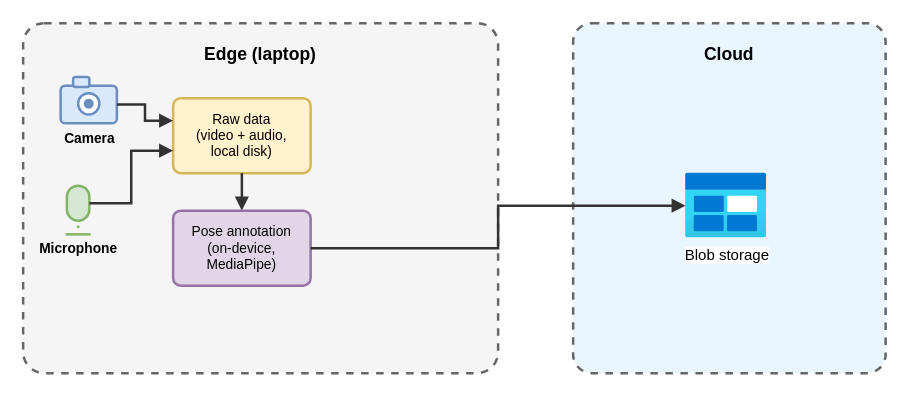
Earlier version of the draw.io diagram docs/architecture.drawio (timole/shot-improvement). Source tidied: cells renumbered, new cells numbered last; positions are measured from the earlier drawing's top-left corner, leaving out a move shared by most shapes. Both pictures are drawn from the tidied source at 125%, with x=0, y=0 at pixel (22, 22).
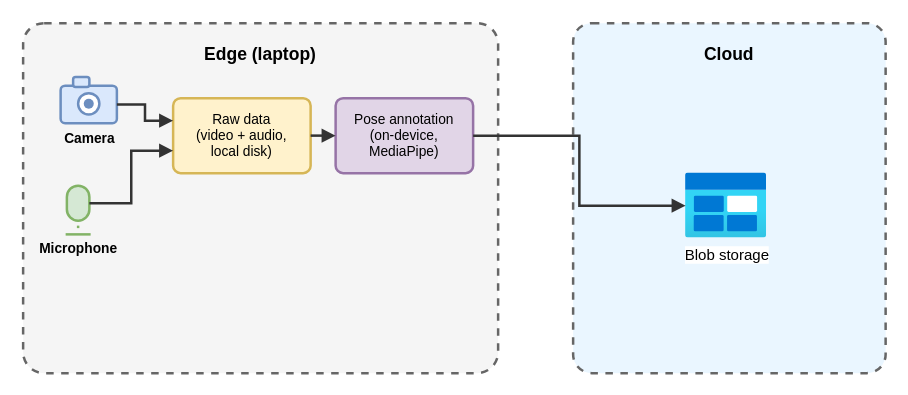
The same page after the edit.

Commit message (it also covers changes not shown here):
Architecture diagram: lay out raw data -> pose annotation horizontally

Pose annotation moves to sit beside Raw data (same row, top-aligned)
instead of below it, so the whole flow reads strictly left to right;
Raw data's own position is unchanged.

Claude-Session: https://claude.ai/code/session_017hfGxMnU1swBr4svZsnXk8

Change to the diagram source:
```diff
@@
 <mxGraphModel>
   <root>
     <mxCell id="0" />
     <mxCell id="1" parent="0" />
     <mxCell id="2" value="Edge (laptop)" style="rounded=1;arcSize=6;whiteSpace=wrap;html=1;fillColor=#f5f5f5;strokeColor=#666666;strokeWidth=2;verticalAlign=top;align=center;fontSize=14;fontStyle=1;spacingTop=10;dashed=1;" parent="1" vertex="1">
       <mxGeometry width="380" height="280" as="geometry" />
     </mxCell>
     <mxCell id="3" style="rounded=1;arcSize=12;whiteSpace=wrap;html=1;fillColor=#dae8fc;strokeColor=#6c8ebf;strokeWidth=2;" parent="1" vertex="1">
       <mxGeometry x="30" y="50" width="45" height="30" as="geometry" />
     </mxCell>
     <mxCell id="4" style="rounded=1;arcSize=25;whiteSpace=wrap;html=1;fillColor=#dae8fc;strokeColor=#6c8ebf;strokeWidth=2;" parent="1" vertex="1">
       <mxGeometry x="40" y="43" width="13" height="8" as="geometry" />
     </mxCell>
     <mxCell id="5" style="ellipse;whiteSpace=wrap;html=1;fillColor=#ffffff;strokeColor=#6c8ebf;strokeWidth=2;" parent="1" vertex="1">
       <mxGeometry x="44" y="56" width="17" height="17" as="geometry" />
     </mxCell>
     <mxCell id="6" style="ellipse;whiteSpace=wrap;html=1;fillColor=#6c8ebf;strokeColor=none;" parent="1" vertex="1">
       <mxGeometry x="48.5" y="60.5" width="8" height="8" as="geometry" />
     </mxCell>
     <mxCell id="7" value="Camera" style="text;html=1;align=center;verticalAlign=middle;fontSize=11;fontStyle=1;" parent="1" vertex="1">
       <mxGeometry x="15" y="84" width="75" height="16" as="geometry" />
     </mxCell>
     <mxCell id="8" style="rounded=1;arcSize=50;whiteSpace=wrap;html=1;fillColor=#d5e8d4;strokeColor=#82b366;strokeWidth=2;" parent="1" vertex="1">
       <mxGeometry x="35" y="130" width="18" height="28" as="geometry" />
     </mxCell>
     <mxCell id="9" style="line;strokeColor=#82b366;strokeWidth=2;html=1;" parent="1" vertex="1">
       <mxGeometry x="43" y="158" width="2" height="10" as="geometry" />
     </mxCell>
     <mxCell id="10" style="line;strokeColor=#82b366;strokeWidth=2;html=1;" parent="1" vertex="1">
       <mxGeometry x="34" y="168" width="20" height="2" as="geometry" />
     </mxCell>
     <mxCell id="11" value="Microphone" style="text;html=1;align=center;verticalAlign=middle;fontSize=11;fontStyle=1;" parent="1" vertex="1">
       <mxGeometry x="4" y="172" width="80" height="16" as="geometry" />
     </mxCell>
     <mxCell id="12" value="Raw data&#10;(video + audio,&#10;local disk)" style="rounded=1;arcSize=10;whiteSpace=wrap;html=1;fillColor=#fff2cc;strokeColor=#d6b656;strokeWidth=2;fontSize=11;align=center;verticalAlign=middle;" parent="1" vertex="1">
       <mxGeometry x="120" y="60" width="110" height="60" as="geometry" />
     </mxCell>
     <mxCell id="13" value="Pose annotation&#10;(on-device,&#10;MediaPipe)" style="rounded=1;arcSize=10;whiteSpace=wrap;html=1;fillColor=#e1d5e7;strokeColor=#9673a6;strokeWidth=2;fontSize=11;align=center;verticalAlign=middle;" parent="1" vertex="1">
-      <mxGeometry x="120" y="150" width="110" height="60" as="geometry" />
+      <mxGeometry x="250" y="60" width="110" height="60" as="geometry" />
     </mxCell>
     <mxCell id="14" value="Cloud" style="rounded=1;arcSize=6;whiteSpace=wrap;html=1;fillColor=#eaf6ff;strokeColor=#666666;strokeWidth=2;verticalAlign=top;align=center;fontSize=14;fontStyle=1;spacingTop=10;dashed=1;" parent="1" vertex="1">
       <mxGeometry x="440" width="250" height="280" as="geometry" />
     </mxCell>
     <mxCell id="15" value="Blob storage" style="image;html=1;points=[];align=center;fontSize=12;image=img/lib/azure2/general/Blob_Block.svg;" parent="1" vertex="1">
       <mxGeometry x="530" y="120" width="65" height="52" as="geometry" />
     </mxCell>
     <mxCell id="16" style="edgeStyle=orthogonalEdgeStyle;rounded=0;html=1;endArrow=block;elbow=vertical;startArrow=none;strokeColor=#333333;strokeWidth=2;exitX=1;exitY=0.5;exitDx=0;exitDy=0;entryX=0;entryY=0.3;entryDx=0;entryDy=0;" parent="1" edge="1" source="3" target="12">
       <mxGeometry relative="1" as="geometry" />
     </mxCell>
     <mxCell id="17" style="edgeStyle=orthogonalEdgeStyle;rounded=0;html=1;endArrow=block;elbow=vertical;startArrow=none;strokeColor=#333333;strokeWidth=2;exitX=1;exitY=0.5;exitDx=0;exitDy=0;entryX=0;entryY=0.7;entryDx=0;entryDy=0;" parent="1" edge="1" source="8" target="12">
       <mxGeometry relative="1" as="geometry" />
     </mxCell>
-    <mxCell id="18" style="edgeStyle=orthogonalEdgeStyle;rounded=0;html=1;endArrow=block;elbow=vertical;startArrow=none;strokeColor=#333333;strokeWidth=2;exitX=0.5;exitY=1;exitDx=0;exitDy=0;entryX=0.5;entryY=0;entryDx=0;entryDy=0;" parent="1" edge="1" source="12" target="13">
+    <mxCell id="18" style="edgeStyle=orthogonalEdgeStyle;rounded=0;html=1;endArrow=block;elbow=vertical;startArrow=none;strokeColor=#333333;strokeWidth=2;exitX=1;exitY=0.5;exitDx=0;exitDy=0;entryX=0;entryY=0.5;entryDx=0;entryDy=0;" parent="1" edge="1" source="12" target="13">
       <mxGeometry relative="1" as="geometry" />
     </mxCell>
     <mxCell id="19" style="edgeStyle=orthogonalEdgeStyle;rounded=0;html=1;endArrow=block;elbow=vertical;startArrow=none;strokeColor=#333333;strokeWidth=2;exitX=1;exitY=0.5;exitDx=0;exitDy=0;entryX=0;entryY=0.5;entryDx=0;entryDy=0;" parent="1" edge="1" source="13" target="15">
       <mxGeometry relative="1" as="geometry" />
     </mxCell>
   </root>
 </mxGraphModel>
```
